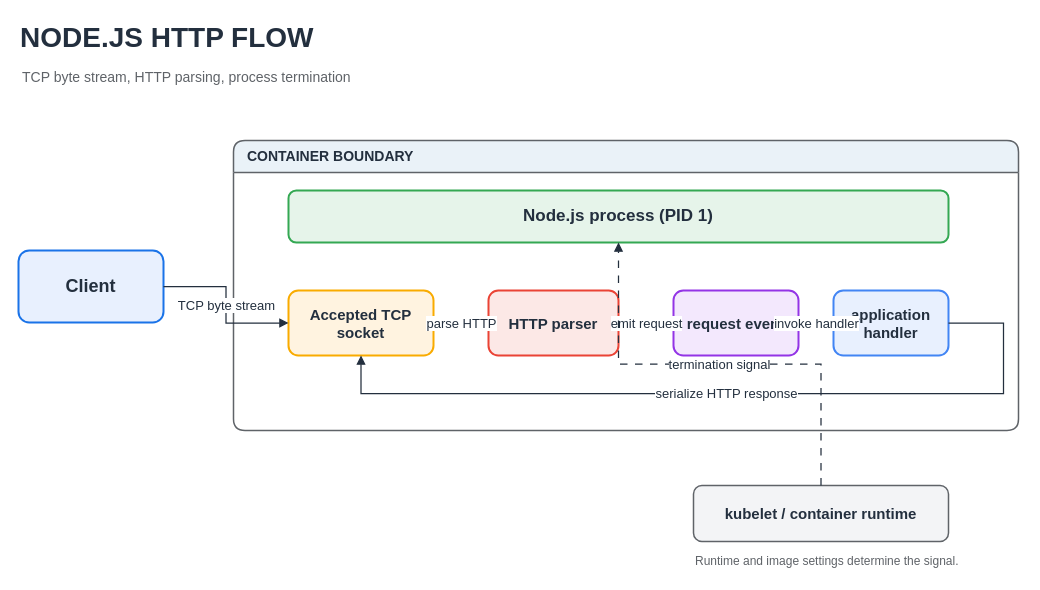
The draw.io diagram assets/img/nodejs/node-http-request-lifecycle-flow.drawio in KKamJi98/kkamji98.github.io, before the edit. Source tidied: cells renumbered, new cells numbered last; positions are measured from the earlier drawing's top-left corner, leaving out a move shared by most shapes. Both pictures are drawn from the tidied source at 100%, with x=0, y=0 at pixel (18, 17).
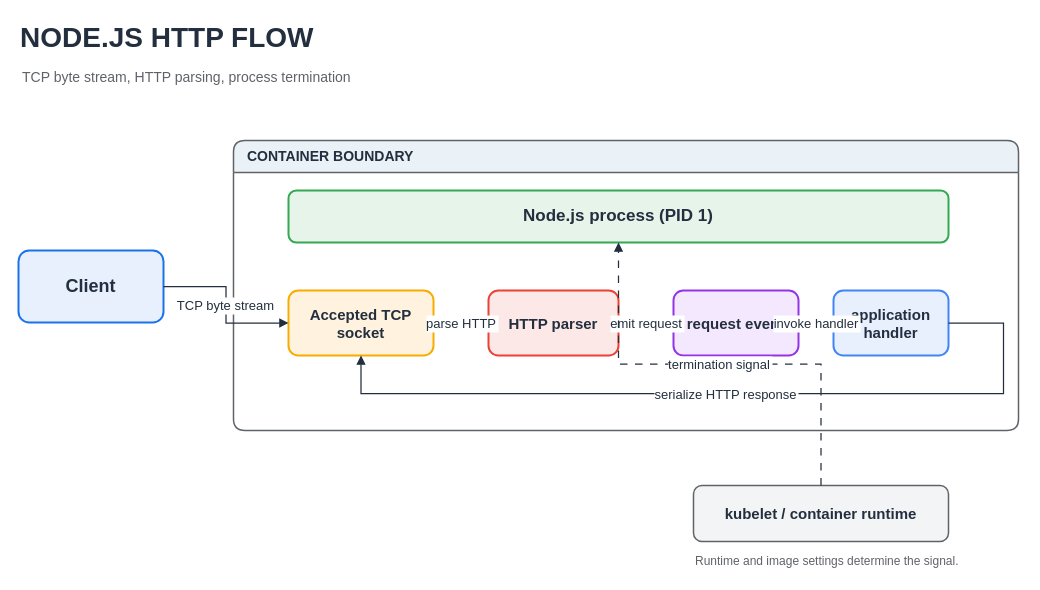
Above is the later version.

Unchanged cells that the change refers to:
```xml
<mxCell id="4" value="Client" style="rounded=1;whiteSpace=wrap;html=1;fillColor=#E8F0FE;strokeColor=#1A73E8;strokeWidth=2;fontColor=#232F3E;fontSize=18;fontStyle=1;" parent="1" vertex="1">
  <mxGeometry y="233" width="145" height="72" as="geometry" />
</mxCell>
<mxCell id="6" value="Node.js process (PID 1)" style="rounded=1;whiteSpace=wrap;html=1;fillColor=#E6F4EA;strokeColor=#34A853;strokeWidth=2;fontColor=#232F3E;fontSize=17;fontStyle=1;" parent="1" vertex="1">
  <mxGeometry x="270" y="173" width="660" height="52" as="geometry" />
</mxCell>
<mxCell id="7" value="Accepted TCP socket" style="rounded=1;whiteSpace=wrap;html=1;fillColor=#FFF3E0;strokeColor=#F9AB00;strokeWidth=2;fontColor=#232F3E;fontSize=15;fontStyle=1;" parent="1" vertex="1">
  <mxGeometry x="270" y="273" width="145" height="65" as="geometry" />
</mxCell>
<mxCell id="8" value="HTTP parser" style="rounded=1;whiteSpace=wrap;html=1;fillColor=#FCE8E6;strokeColor=#EA4335;strokeWidth=2;fontColor=#232F3E;fontSize=15;fontStyle=1;" parent="1" vertex="1">
  <mxGeometry x="470" y="273" width="130" height="65" as="geometry" />
</mxCell>
<mxCell id="9" value="request event" style="rounded=1;whiteSpace=wrap;html=1;fillColor=#F3E8FD;strokeColor=#9334E6;strokeWidth=2;fontColor=#232F3E;fontSize=15;fontStyle=1;" parent="1" vertex="1">
  <mxGeometry x="655" y="273" width="125" height="65" as="geometry" />
</mxCell>
<mxCell id="10" value="application handler" style="rounded=1;whiteSpace=wrap;html=1;fillColor=#E8F0FE;strokeColor=#4285F4;strokeWidth=2;fontColor=#232F3E;fontSize=15;fontStyle=1;" parent="1" vertex="1">
  <mxGeometry x="815" y="273" width="115" height="65" as="geometry" />
</mxCell>
<mxCell id="16" value="kubelet / container runtime" style="rounded=1;whiteSpace=wrap;html=1;fillColor=#F3F4F6;strokeColor=#5F6368;strokeWidth=1.5;fontColor=#232F3E;fontSize=15;fontStyle=1;" parent="1" vertex="1">
  <mxGeometry x="675" y="468" width="255" height="56" as="geometry" />
</mxCell>
```

Diff of the diagram source:
```diff
@@
-    <mxCell id="11" value="TCP byte stream" style="edgeStyle=orthogonalEdgeStyle;rounded=0;html=1;strokeColor=#232F3E;strokeWidth=1.25;endArrow=block;endFill=1;fontColor=#232F3E;fontSize=13;labelBackgroundColor=#FFFFFF;" parent="1" edge="1" source="4" target="7">
+    <mxCell id="11" value="TCP byte stream" style="edgeStyle=orthogonalEdgeStyle;rounded=0;html=0;strokeColor=#232F3E;strokeWidth=1.25;endArrow=block;endFill=1;fontColor=#232F3E;fontSize=13;labelBackgroundColor=#FFFFFF;" parent="1" edge="1" source="4" target="7">
       <mxGeometry relative="1" as="geometry" />
     </mxCell>
-    <mxCell id="12" value="parse HTTP" style="edgeStyle=orthogonalEdgeStyle;rounded=0;html=1;strokeColor=#232F3E;strokeWidth=1.25;endArrow=block;endFill=1;fontColor=#232F3E;fontSize=13;labelBackgroundColor=#FFFFFF;" parent="1" edge="1" source="7" target="8">
+    <mxCell id="12" value="parse HTTP" style="edgeStyle=orthogonalEdgeStyle;rounded=0;html=0;strokeColor=#232F3E;strokeWidth=1.25;endArrow=block;endFill=1;fontColor=#232F3E;fontSize=13;labelBackgroundColor=#FFFFFF;" parent="1" edge="1" source="7" target="8">
       <mxGeometry relative="1" as="geometry" />
     </mxCell>
-    <mxCell id="13" value="emit request" style="edgeStyle=orthogonalEdgeStyle;rounded=0;html=1;strokeColor=#232F3E;strokeWidth=1.25;endArrow=block;endFill=1;fontColor=#232F3E;fontSize=13;labelBackgroundColor=#FFFFFF;" parent="1" edge="1" source="8" target="9">
+    <mxCell id="13" value="emit request" style="edgeStyle=orthogonalEdgeStyle;rounded=0;html=0;strokeColor=#232F3E;strokeWidth=1.25;endArrow=block;endFill=1;fontColor=#232F3E;fontSize=13;labelBackgroundColor=#FFFFFF;" parent="1" edge="1" source="8" target="9">
       <mxGeometry relative="1" as="geometry" />
     </mxCell>
-    <mxCell id="14" value="invoke handler" style="edgeStyle=orthogonalEdgeStyle;rounded=0;html=1;strokeColor=#232F3E;strokeWidth=1.25;endArrow=block;endFill=1;fontColor=#232F3E;fontSize=13;labelBackgroundColor=#FFFFFF;" parent="1" edge="1" source="9" target="10">
+    <mxCell id="14" value="invoke handler" style="edgeStyle=orthogonalEdgeStyle;rounded=0;html=0;strokeColor=#232F3E;strokeWidth=1.25;endArrow=block;endFill=1;fontColor=#232F3E;fontSize=13;labelBackgroundColor=#FFFFFF;" parent="1" edge="1" source="9" target="10">
       <mxGeometry relative="1" as="geometry" />
     </mxCell>
-    <mxCell id="15" value="serialize HTTP response" style="edgeStyle=orthogonalEdgeStyle;rounded=0;html=1;strokeColor=#232F3E;strokeWidth=1.25;endArrow=block;endFill=1;fontColor=#232F3E;fontSize=13;labelBackgroundColor=#FFFFFF;exitX=1;exitY=0.5;entryX=0.5;entryY=1;" parent="1" edge="1" source="10" target="7">
+    <mxCell id="15" value="serialize HTTP response" style="edgeStyle=orthogonalEdgeStyle;rounded=0;html=0;strokeColor=#232F3E;strokeWidth=1.25;endArrow=block;endFill=1;fontColor=#232F3E;fontSize=13;labelBackgroundColor=#FFFFFF;exitX=1;exitY=0.5;entryX=0.5;entryY=1;" parent="1" edge="1" source="10" target="7">
       <mxGeometry relative="1" as="geometry">
         <Array as="points">
           <mxPoint x="985" y="305.5" />
           <mxPoint x="985" y="376" />
           <mxPoint x="342.5" y="376" />
         </Array>
       </mxGeometry>
     </mxCell>
@@
-    <mxCell id="17" value="termination signal" style="edgeStyle=orthogonalEdgeStyle;rounded=0;html=1;dashed=1;dashPattern=6 6;strokeColor=#232F3E;strokeWidth=1.25;endArrow=block;endFill=1;fontColor=#232F3E;fontSize=13;labelBackgroundColor=#FFFFFF;" parent="1" edge="1" source="16" target="6">
+    <mxCell id="17" value="termination signal" style="edgeStyle=orthogonalEdgeStyle;rounded=0;html=0;dashed=1;dashPattern=6 6;strokeColor=#232F3E;strokeWidth=1.25;endArrow=block;endFill=1;fontColor=#232F3E;fontSize=13;labelBackgroundColor=#FFFFFF;" parent="1" edge="1" source="16" target="6">
       <mxGeometry relative="1" as="geometry" />
     </mxCell>
```
